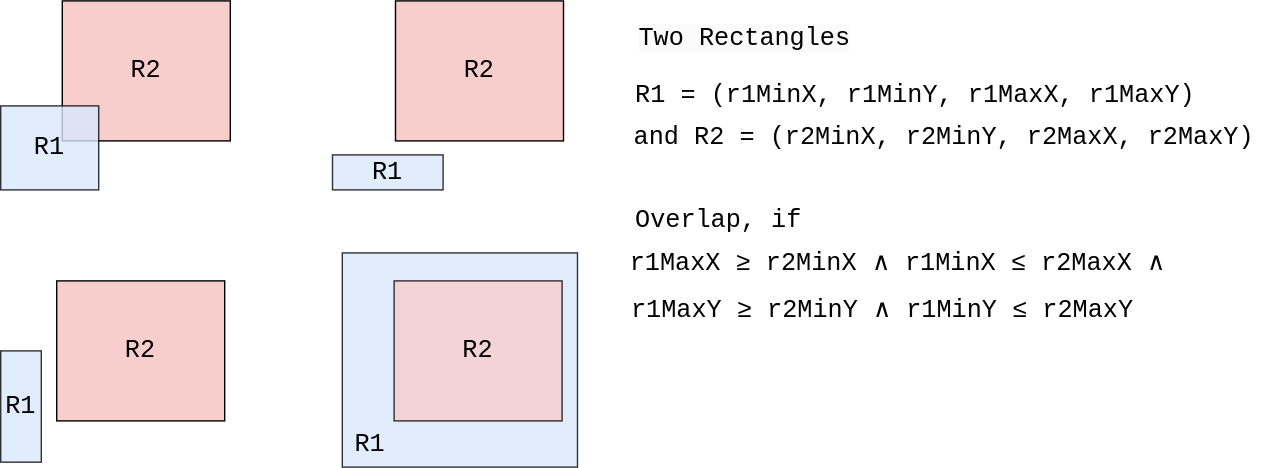
addu390/addu390.github.io keeps this draw.io diagram as assets/posts/spatial-index/r-tree-overlap-criterion.svg. Above is the earlier version. Source tidied: cells renumbered, new cells last; positions are measured from the earlier drawing's top-left corner, leaving out a move shared by most shapes. Source of this version:
```xml
<mxGraphModel>
  <root>
    <mxCell id="0" />
    <mxCell id="1" parent="0" />
    <mxCell id="2" style="rounded=0;whiteSpace=wrap;html=1;fillColor=#dae8fc;strokeColor=#000000;opacity=80;" parent="1" vertex="1">
      <mxGeometry x="244" y="180" width="168" height="153" as="geometry" />
    </mxCell>
    <mxCell id="3" value="&lt;span style=&quot;font-family: monospace, monospace; font-size: 18px;&quot;&gt;R2&lt;/span&gt;" style="rounded=0;whiteSpace=wrap;html=1;fillColor=#f8cecc;strokeColor=#000000;" parent="1" vertex="1">
      <mxGeometry x="44" width="120" height="100" as="geometry" />
    </mxCell>
    <mxCell id="4" value="&lt;span style=&quot;font-family: monospace, monospace; font-size: 18px;&quot;&gt;R1&lt;/span&gt;" style="rounded=0;whiteSpace=wrap;html=1;fillColor=#dae8fc;strokeColor=#000000;opacity=80;" parent="1" vertex="1">
      <mxGeometry y="75" width="70" height="60" as="geometry" />
    </mxCell>
    <mxCell id="5" value="&lt;span style=&quot;font-family: monospace, monospace; font-size: 18px;&quot;&gt;R2&lt;/span&gt;" style="rounded=0;whiteSpace=wrap;html=1;fillColor=#f8cecc;strokeColor=#000000;" parent="1" vertex="1">
      <mxGeometry x="282" width="120" height="100" as="geometry" />
    </mxCell>
    <mxCell id="6" value="&lt;span style=&quot;font-family: monospace, monospace; font-size: 18px;&quot;&gt;R1&lt;/span&gt;" style="rounded=0;whiteSpace=wrap;html=1;fillColor=#dae8fc;strokeColor=#000000;opacity=80;" parent="1" vertex="1">
      <mxGeometry x="237" y="110" width="79" height="25" as="geometry" />
    </mxCell>
    <mxCell id="7" value="&lt;span style=&quot;font-family: monospace, monospace; font-size: 18px;&quot;&gt;R2&lt;/span&gt;" style="rounded=0;whiteSpace=wrap;html=1;fillColor=#f8cecc;strokeColor=#000000;" parent="1" vertex="1">
      <mxGeometry x="40" y="200" width="120" height="100" as="geometry" />
    </mxCell>
    <mxCell id="8" value="&lt;span style=&quot;font-family: monospace, monospace; font-size: 18px;&quot;&gt;R1&lt;/span&gt;" style="rounded=0;whiteSpace=wrap;html=1;fillColor=#dae8fc;strokeColor=#000000;opacity=80;" parent="1" vertex="1">
      <mxGeometry y="250" width="29" height="79.5" as="geometry" />
    </mxCell>
    <mxCell id="9" value="&lt;span style=&quot;font-family: monospace, monospace; font-size: 18px;&quot;&gt;R2&lt;/span&gt;" style="rounded=0;whiteSpace=wrap;html=1;fillColor=#f8cecc;strokeColor=#000000;opacity=80;" parent="1" vertex="1">
      <mxGeometry x="281" y="200" width="120" height="100" as="geometry" />
    </mxCell>
    <mxCell id="10" value="&lt;font style=&quot;font-size: 18px;&quot; face=&quot;monospace, monospace&quot;&gt;R1&lt;/font&gt;" style="text;html=1;align=center;verticalAlign=middle;whiteSpace=wrap;rounded=0;fontSize=18;" parent="1" vertex="1">
      <mxGeometry x="249" y="309" width="30" height="16" as="geometry" />
    </mxCell>
    <mxCell id="11" value="&lt;font face=&quot;monospace, monospace&quot; style=&quot;font-size: 18px;&quot;&gt;R1 = (r1MinX, r1MinY, r1MaxX, r1MaxY)&lt;/font&gt;" style="text;html=1;align=center;verticalAlign=middle;whiteSpace=wrap;rounded=0;" parent="1" vertex="1">
      <mxGeometry x="449" y="53" width="409" height="30" as="geometry" />
    </mxCell>
    <mxCell id="12" value="&lt;font face=&quot;monospace, monospace&quot; style=&quot;font-size: 18px;&quot;&gt;and R2 = (r2MinX, r2MinY, r2MaxX, r2MaxY)&lt;/font&gt;" style="text;html=1;align=center;verticalAlign=middle;whiteSpace=wrap;rounded=0;" parent="1" vertex="1">
      <mxGeometry x="444" y="83" width="460" height="30" as="geometry" />
    </mxCell>
    <mxCell id="13" value="&lt;font face=&quot;monospace, monospace&quot; style=&quot;font-size: 18px;&quot;&gt;Overlap, if&lt;/font&gt;" style="text;html=1;align=center;verticalAlign=middle;whiteSpace=wrap;rounded=0;" parent="1" vertex="1">
      <mxGeometry x="438" y="141.5" width="150" height="30" as="geometry" />
    </mxCell>
    <mxCell id="14" value="&lt;font face=&quot;monospace, monospace&quot; style=&quot;font-size: 18px;&quot;&gt;r1MaxX&amp;nbsp;&lt;/font&gt;&lt;font face=&quot;monospace, monospace&quot;&gt;&lt;span style=&quot;font-size: 18px;&quot;&gt;≥ r2MinX&amp;nbsp;∧ r1MinX&amp;nbsp;≤ r2MaxX&amp;nbsp;&lt;/span&gt;&lt;/font&gt;&lt;span style=&quot;font-family: monospace, monospace; font-size: 18px;&quot;&gt;∧&lt;/span&gt;" style="text;html=1;align=center;verticalAlign=middle;whiteSpace=wrap;rounded=0;" parent="1" vertex="1">
      <mxGeometry x="446" y="173" width="390" height="30" as="geometry" />
    </mxCell>
    <mxCell id="15" value="&lt;font face=&quot;monospace, monospace&quot; style=&quot;font-size: 18px;&quot;&gt;r1MaxY&amp;nbsp;&lt;/font&gt;&lt;font face=&quot;monospace, monospace&quot;&gt;&lt;span style=&quot;font-size: 18px;&quot;&gt;≥ r2MinY ∧ r1MinY ≤ r2MaxY&lt;/span&gt;&lt;/font&gt;" style="text;html=1;align=center;verticalAlign=middle;whiteSpace=wrap;rounded=0;" parent="1" vertex="1">
      <mxGeometry x="445" y="206" width="370" height="30" as="geometry" />
    </mxCell>
    <mxCell id="16" value="&lt;span style=&quot;color: rgb(0, 0, 0); font-family: monospace, monospace; font-size: 18px; font-style: normal; font-variant-ligatures: normal; font-variant-caps: normal; font-weight: 400; letter-spacing: normal; orphans: 2; text-align: center; text-indent: 0px; text-transform: none; widows: 2; word-spacing: 0px; -webkit-text-stroke-width: 0px; white-space: normal; background-color: rgb(251, 251, 251); text-decoration-thickness: initial; text-decoration-style: initial; text-decoration-color: initial; display: inline !important; float: none;&quot;&gt;Two Rectangles&lt;/span&gt;" style="text;whiteSpace=wrap;html=1;" parent="1" vertex="1">
      <mxGeometry x="454" y="10" width="190" height="30" as="geometry" />
    </mxCell>
  </root>
</mxGraphModel>
```
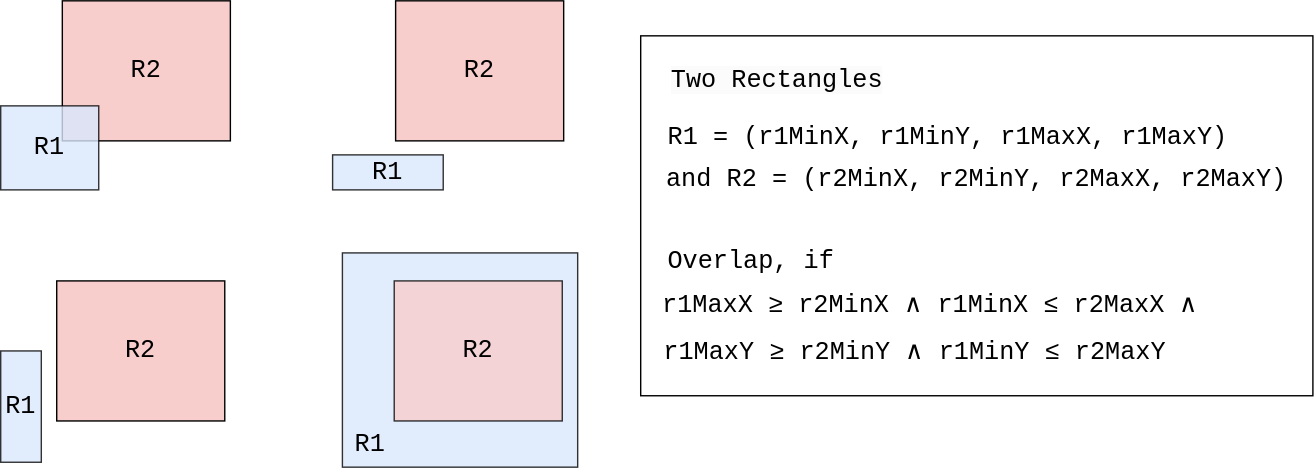
Above is the later version.

The edit, as a diff of the source:
```diff
@@ -30,22 +30,25 @@
       <mxGeometry x="249" y="309" width="30" height="16" as="geometry" />
     </mxCell>
     <mxCell id="11" value="&lt;font face=&quot;monospace, monospace&quot; style=&quot;font-size: 18px;&quot;&gt;R1 = (r1MinX, r1MinY, r1MaxX, r1MaxY)&lt;/font&gt;" style="text;html=1;align=center;verticalAlign=middle;whiteSpace=wrap;rounded=0;" parent="1" vertex="1">
-      <mxGeometry x="449" y="53" width="409" height="30" as="geometry" />
+      <mxGeometry x="472" y="83" width="409" height="30" as="geometry" />
     </mxCell>
     <mxCell id="12" value="&lt;font face=&quot;monospace, monospace&quot; style=&quot;font-size: 18px;&quot;&gt;and R2 = (r2MinX, r2MinY, r2MaxX, r2MaxY)&lt;/font&gt;" style="text;html=1;align=center;verticalAlign=middle;whiteSpace=wrap;rounded=0;" parent="1" vertex="1">
-      <mxGeometry x="444" y="83" width="460" height="30" as="geometry" />
+      <mxGeometry x="467" y="113" width="460" height="30" as="geometry" />
     </mxCell>
     <mxCell id="13" value="&lt;font face=&quot;monospace, monospace&quot; style=&quot;font-size: 18px;&quot;&gt;Overlap, if&lt;/font&gt;" style="text;html=1;align=center;verticalAlign=middle;whiteSpace=wrap;rounded=0;" parent="1" vertex="1">
-      <mxGeometry x="438" y="141.5" width="150" height="30" as="geometry" />
+      <mxGeometry x="461" y="170.5" width="150" height="30" as="geometry" />
     </mxCell>
     <mxCell id="14" value="&lt;font face=&quot;monospace, monospace&quot; style=&quot;font-size: 18px;&quot;&gt;r1MaxX&amp;nbsp;&lt;/font&gt;&lt;font face=&quot;monospace, monospace&quot;&gt;&lt;span style=&quot;font-size: 18px;&quot;&gt;≥ r2MinX&amp;nbsp;∧ r1MinX&amp;nbsp;≤ r2MaxX&amp;nbsp;&lt;/span&gt;&lt;/font&gt;&lt;span style=&quot;font-family: monospace, monospace; font-size: 18px;&quot;&gt;∧&lt;/span&gt;" style="text;html=1;align=center;verticalAlign=middle;whiteSpace=wrap;rounded=0;" parent="1" vertex="1">
-      <mxGeometry x="446" y="173" width="390" height="30" as="geometry" />
+      <mxGeometry x="469" y="203" width="390" height="30" as="geometry" />
     </mxCell>
     <mxCell id="15" value="&lt;font face=&quot;monospace, monospace&quot; style=&quot;font-size: 18px;&quot;&gt;r1MaxY&amp;nbsp;&lt;/font&gt;&lt;font face=&quot;monospace, monospace&quot;&gt;&lt;span style=&quot;font-size: 18px;&quot;&gt;≥ r2MinY ∧ r1MinY ≤ r2MaxY&lt;/span&gt;&lt;/font&gt;" style="text;html=1;align=center;verticalAlign=middle;whiteSpace=wrap;rounded=0;" parent="1" vertex="1">
-      <mxGeometry x="445" y="206" width="370" height="30" as="geometry" />
+      <mxGeometry x="468" y="236" width="370" height="30" as="geometry" />
     </mxCell>
     <mxCell id="16" value="&lt;span style=&quot;color: rgb(0, 0, 0); font-family: monospace, monospace; font-size: 18px; font-style: normal; font-variant-ligatures: normal; font-variant-caps: normal; font-weight: 400; letter-spacing: normal; orphans: 2; text-align: center; text-indent: 0px; text-transform: none; widows: 2; word-spacing: 0px; -webkit-text-stroke-width: 0px; white-space: normal; background-color: rgb(251, 251, 251); text-decoration-thickness: initial; text-decoration-style: initial; text-decoration-color: initial; display: inline !important; float: none;&quot;&gt;Two Rectangles&lt;/span&gt;" style="text;whiteSpace=wrap;html=1;" parent="1" vertex="1">
-      <mxGeometry x="454" y="10" width="190" height="30" as="geometry" />
+      <mxGeometry x="477" y="40" width="190" height="30" as="geometry" />
     </mxCell>
+    <mxCell id="17" style="rounded=0;whiteSpace=wrap;html=1;fillColor=none;" parent="1" vertex="1">
+      <mxGeometry x="457" y="25" width="480" height="257" as="geometry" />
+    </mxCell>
   </root>
 </mxGraphModel>
```
